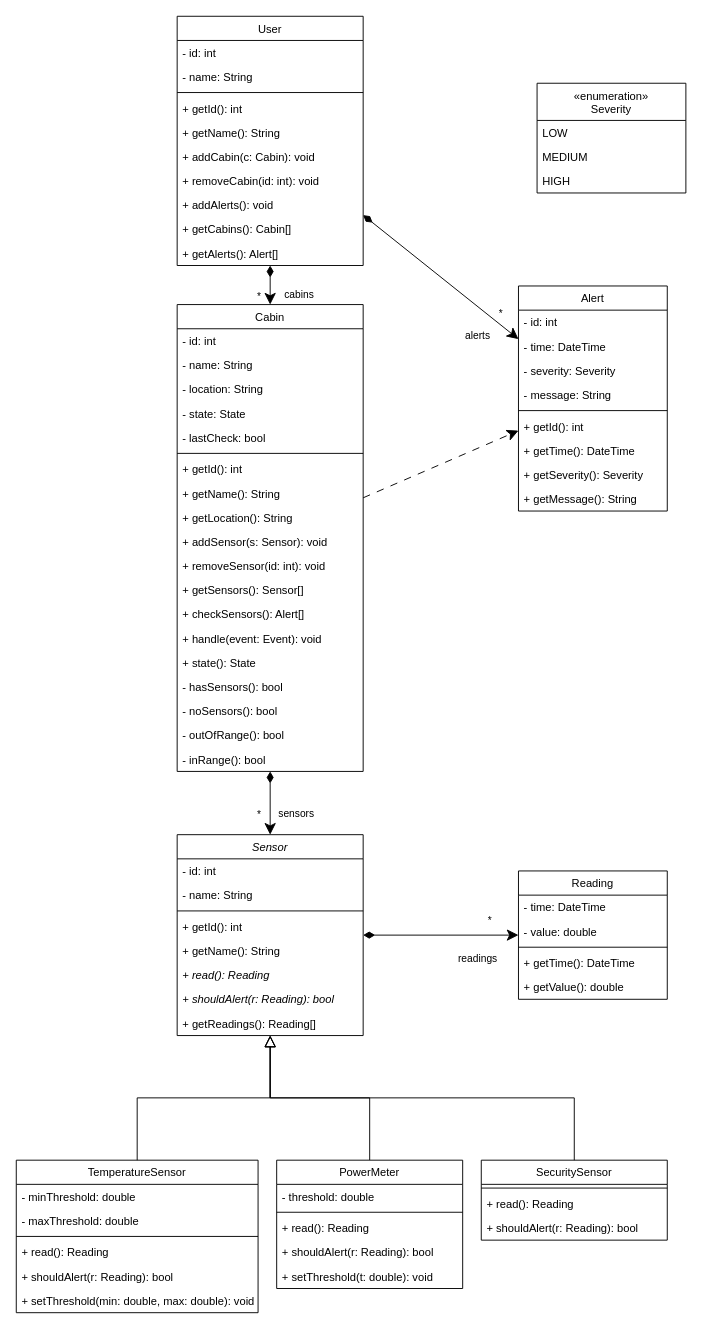
Sergiu-Sturza/Assignment-1-Model-first-AI-second keeps this draw.io diagram as project/diagrams/input/class.drawio. Above is the earlier version. Source tidied: cells renumbered, new cells numbered last; positions are measured from the earlier drawing's top-left corner, leaving out a move shared by most shapes. Both pictures are drawn from the tidied source at 93%, with x=0, y=0 at pixel (16, 16).
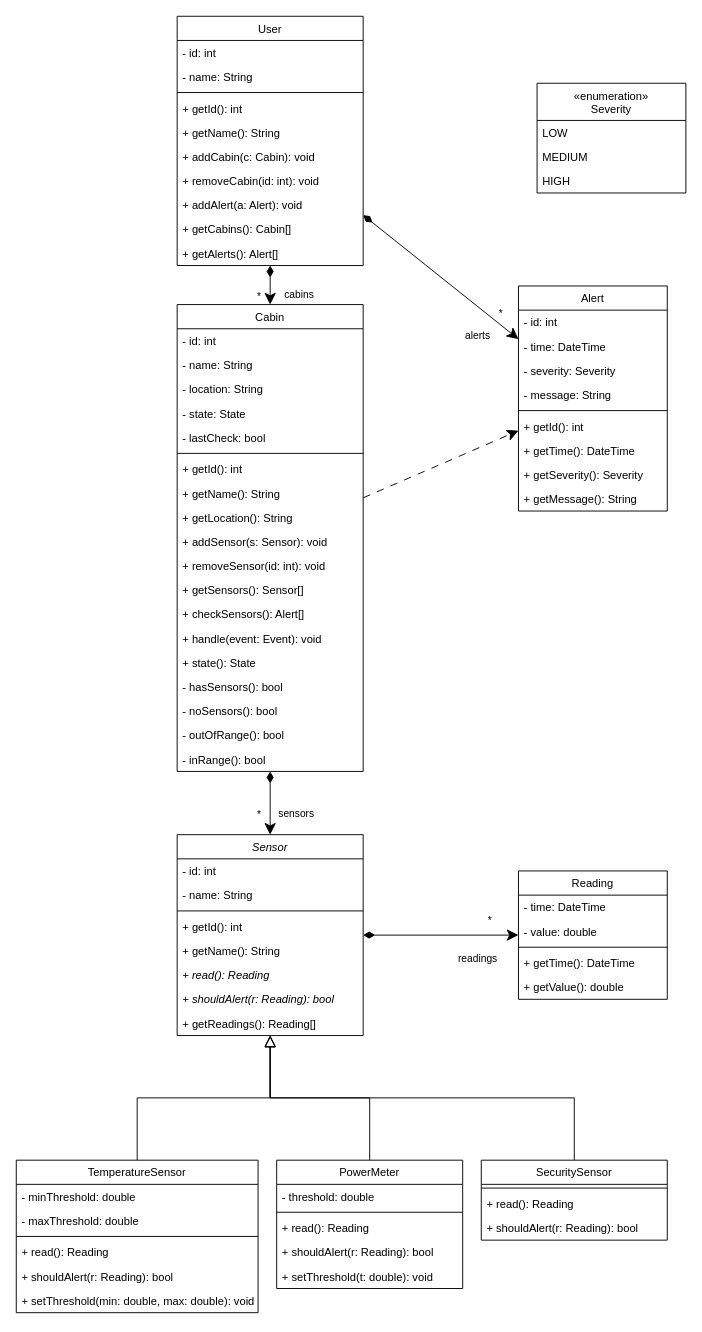
The same page after the edit.

Commit message:
update class diagram

The change refers to these unchanged cells:
```xml
<mxCell id="51" value="User" style="swimlane;fontStyle=0;align=center;verticalAlign=top;horizontal=1;startSize=26;rounded=0;shadow=0;strokeWidth=1;" parent="1" vertex="1">
  <mxGeometry x="173" width="200" height="268" as="geometry" />
</mxCell>
```

What changed in the source:
```diff
@@
-    <mxCell id="59" value="+ addAlerts(): void" style="text;align=left;verticalAlign=top;spacingLeft=4;spacingRight=4;overflow=hidden;rounded=0;shadow=0;html=0;" parent="51" vertex="1">
+    <mxCell id="59" value="+ addAlert(a: Alert): void" style="text;align=left;verticalAlign=top;spacingLeft=4;spacingRight=4;overflow=hidden;rounded=0;shadow=0;html=0;" parent="51" vertex="1">
       <mxGeometry y="190" width="200" height="26" as="geometry" />
     </mxCell>
```
